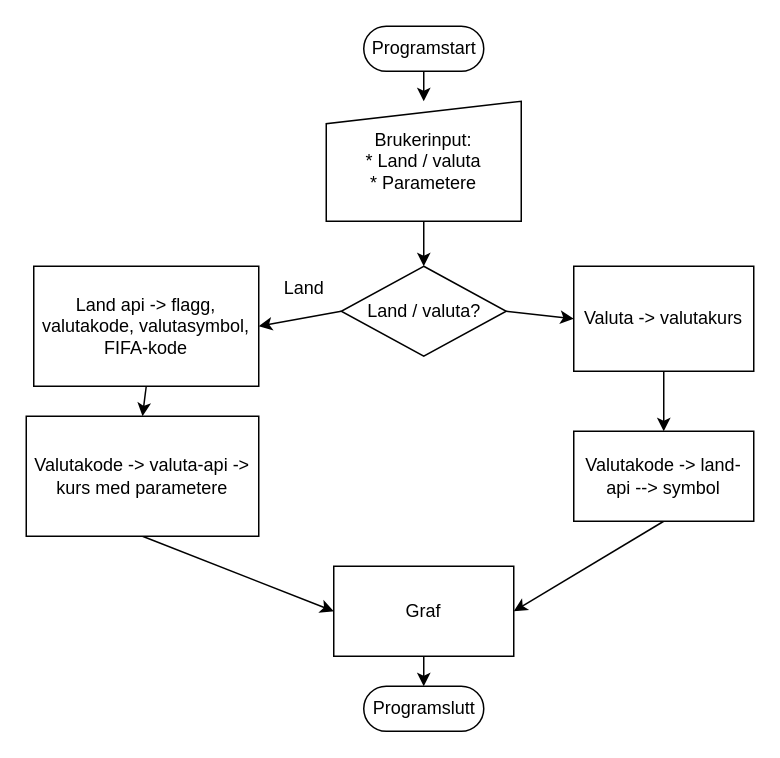
Earlier version of the draw.io diagram Flytskjema 2.0.drawio (patootey/api_oppgave). Source tidied: cells renumbered, new cells numbered last; positions are measured from the earlier drawing's top-left corner, leaving out a move shared by most shapes. Both pictures are drawn from the tidied source at 150%, with x=0, y=0 at pixel (26, 26).
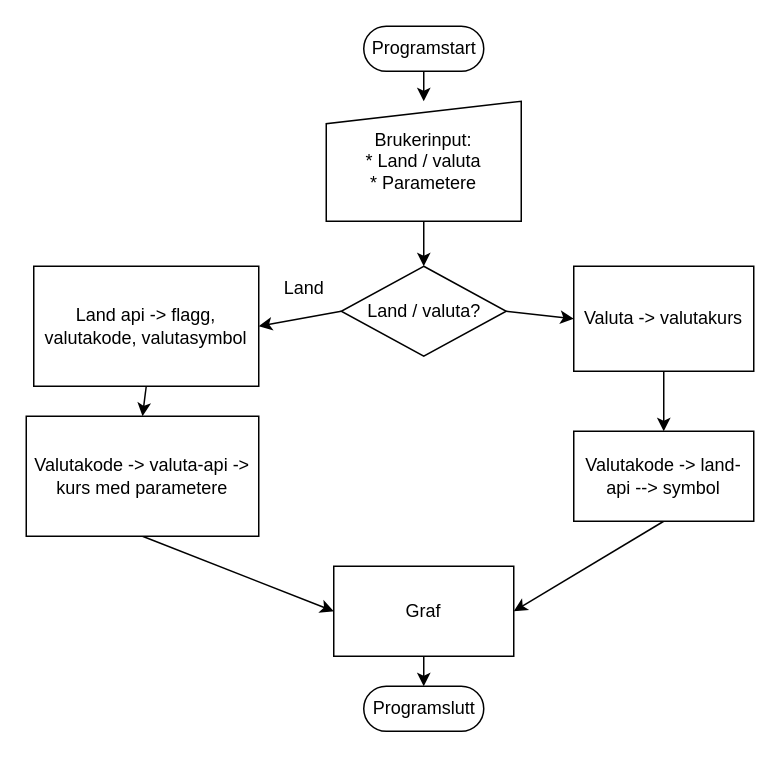
Above is the later version.

Diff of the diagram source:
```diff
@@
-    <mxCell id="7" value="Land api -&amp;gt; flagg, valutakode, valutasymbol, FIFA-kode" style="whiteSpace=wrap;html=1;" parent="1" vertex="1">
+    <mxCell id="7" value="Land api -&amp;gt; flagg, valutakode, valutasymbol" style="whiteSpace=wrap;html=1;" parent="1" vertex="1">
       <mxGeometry x="5" y="160" width="150" height="80" as="geometry" />
     </mxCell>
```
